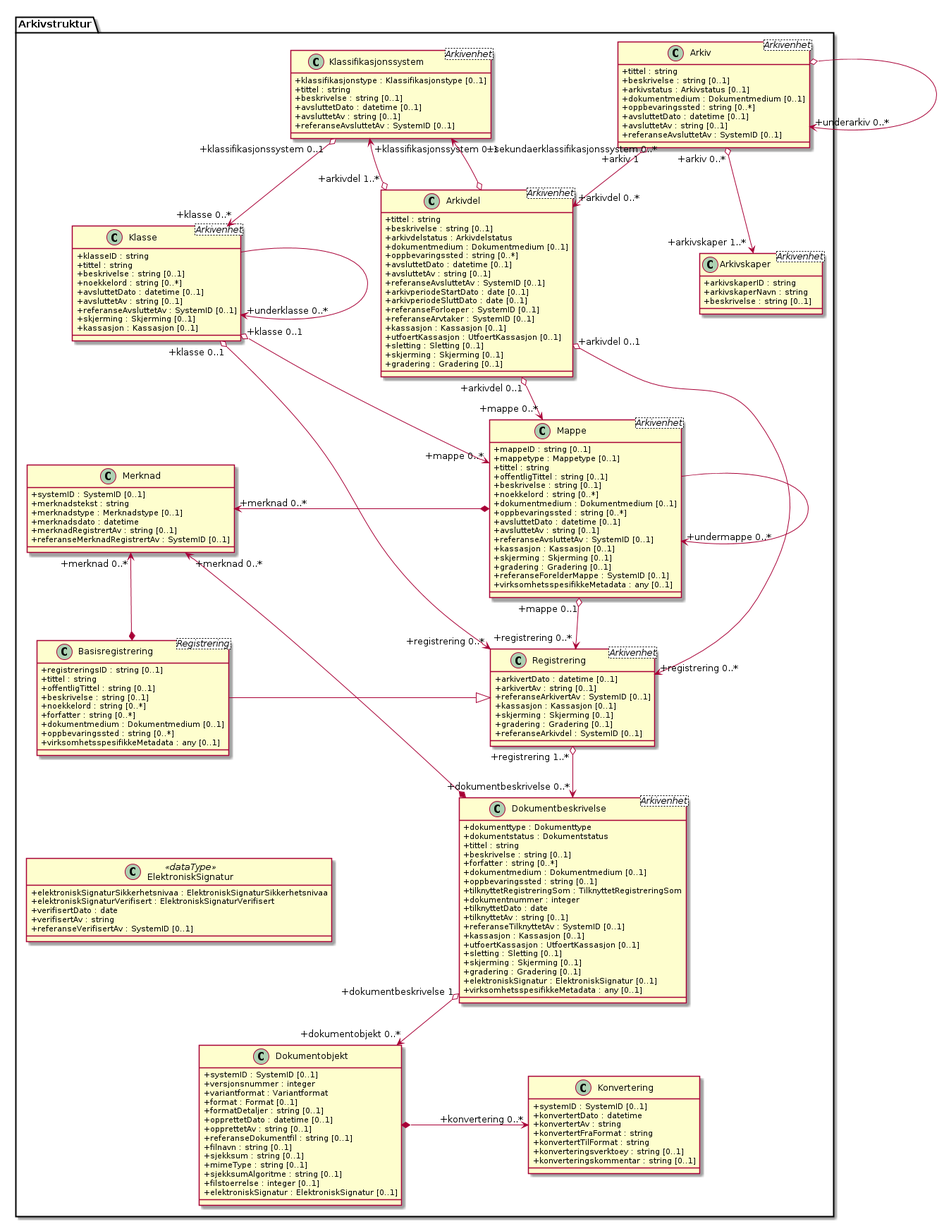
This is kapitler/media/uml-arkivstruktur-attributter.png from arkivverket/noark5-tjenestegrensesnitt-standard, a PlantUML export, as it was before one commit.
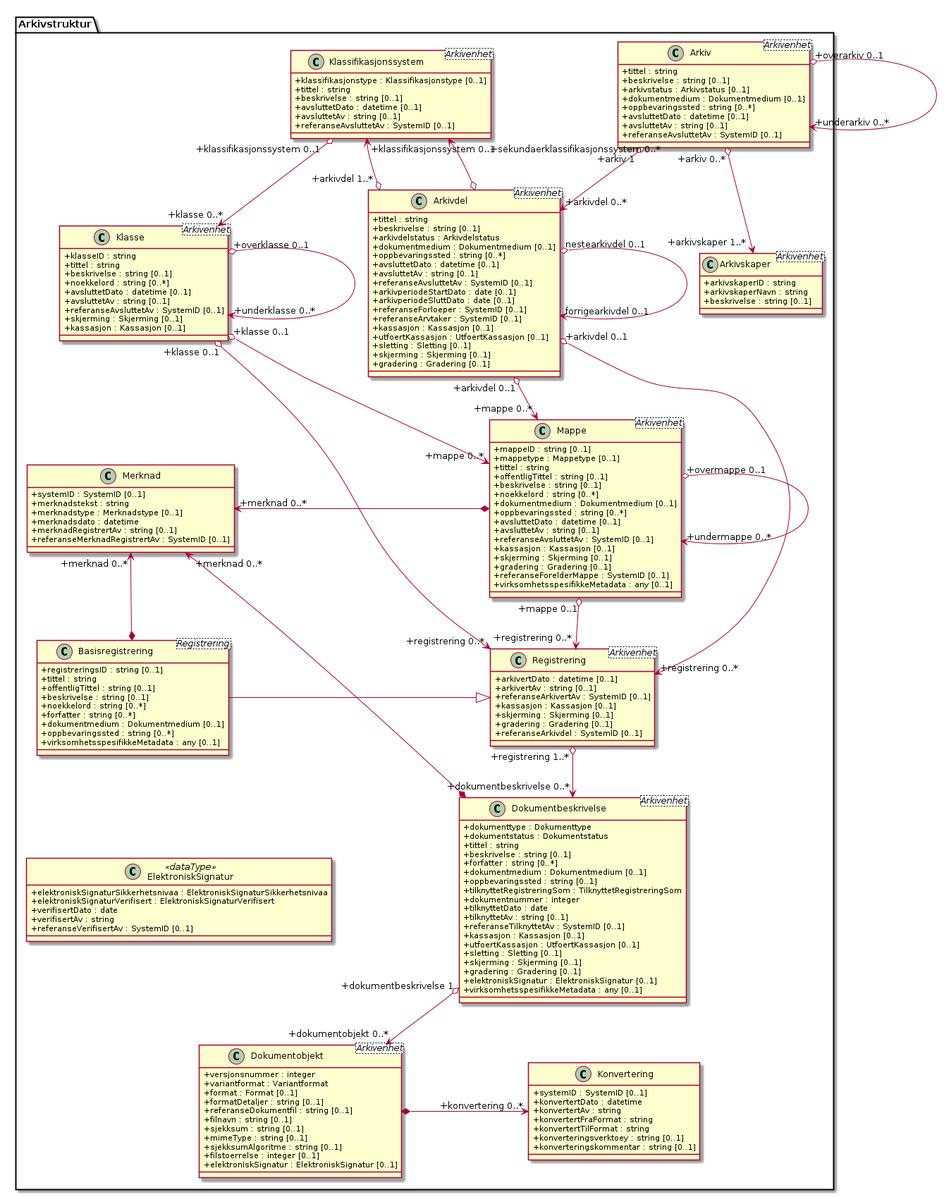
Above is the later version.

The edit, as a diff of the source:
```diff
@@ -122,14 +122,11 @@
   +elektroniskSignatur : ElektroniskSignatur [0..1]
   +virksomhetsspesifikkeMetadata : any [0..1]
 }
-class Arkivstruktur.Dokumentobjekt {
-  +systemID : SystemID [0..1]
+class Arkivstruktur.Dokumentobjekt <Arkivenhet> {
   +versjonsnummer : integer
   +variantformat : Variantformat
   +format : Format [0..1]
   +formatDetaljer : string [0..1]
-  +opprettetDato : datetime [0..1]
-  +opprettetAv : string [0..1]
   +referanseDokumentfil : string [0..1]
   +filnavn : string [0..1]
   +sjekksum : string [0..1]
@@ -156,18 +153,19 @@
 }
 
 Arkivstruktur.Arkiv "+arkiv 0..*" o--> "+arkivskaper 1..*" Arkivstruktur.Arkivskaper
-Arkivstruktur.Arkiv o--> "+underarkiv 0..*" Arkivstruktur.Arkiv
+Arkivstruktur.Arkiv "+overarkiv 0..1" o--> "+underarkiv 0..*" Arkivstruktur.Arkiv
 Arkivstruktur.Arkiv "+arkiv 1" o--> "+arkivdel 0..*" Arkivstruktur.Arkivdel
 Arkivstruktur.Klassifikasjonssystem "+klassifikasjonssystem 0..1" <--o "+arkivdel 1..*" Arkivstruktur.Arkivdel
 Arkivstruktur.Klassifikasjonssystem "+sekundaerklassifikasjonssystem 0..*" <--o Arkivstruktur.Arkivdel
 
 Arkivstruktur.Klassifikasjonssystem "+klassifikasjonssystem 0..1" o--> "+klasse 0..*" Arkivstruktur.Klasse
+Arkivstruktur.Arkivdel "nestearkivdel 0..1" o--> "forrigearkivdel 0..1" Arkivstruktur.Arkivdel
 Arkivstruktur.Arkivdel "+arkivdel 0..1" o--> "+mappe 0..*" Arkivstruktur.Mappe
 Arkivstruktur.Arkivdel "+arkivdel 0..1" o--> "+registrering 0..*" Arkivstruktur.Registrering
 Arkivstruktur.Klasse "+klasse 0..1" o--> "+mappe 0..*" Arkivstruktur.Mappe
 Arkivstruktur.Klasse "+klasse 0..1" o--> "+registrering 0..*" Arkivstruktur.Registrering
-Arkivstruktur.Klasse --> "+underklasse 0..*" Arkivstruktur.Klasse
-Arkivstruktur.Mappe --> "+undermappe 0..*" Arkivstruktur.Mappe
+Arkivstruktur.Klasse "+overklasse 0..1" o--> "+underklasse 0..*" Arkivstruktur.Klasse
+Arkivstruktur.Mappe "+overmappe 0..1" o--> "+undermappe 0..*" Arkivstruktur.Mappe
 Arkivstruktur.Mappe "+mappe 0..1" o--> "+registrering 0..*" Arkivstruktur.Registrering
 Arkivstruktur.Merknad "+merknad 0..*" <-* Arkivstruktur.Mappe
 Arkivstruktur.Merknad "+merknad 0..*" <--* Arkivstruktur.Dokumentbeskrivelse
```
